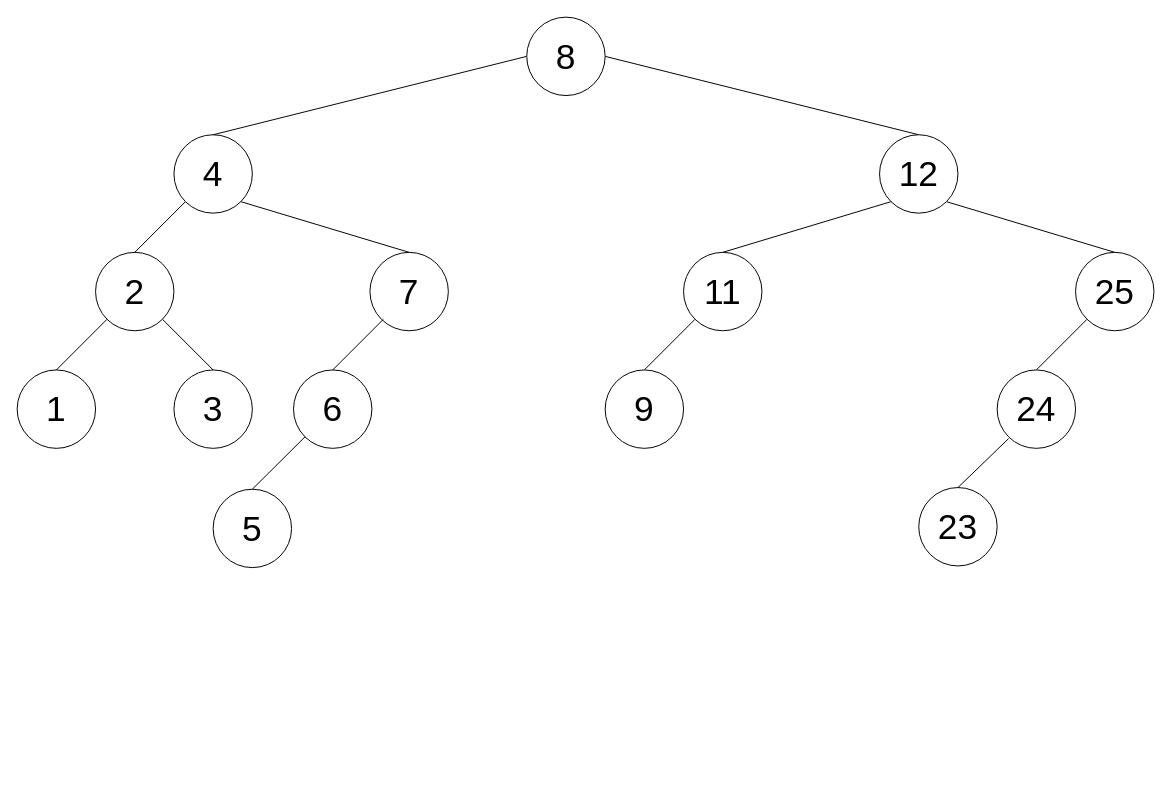
This is TP2/arbol.drawio from mihaelkyeah/TUDAI-Programacion3, a draw.io file, before an edit. Source tidied: cells renumbered, new cells numbered last; positions are measured from the earlier drawing's top-left corner, leaving out a move shared by most shapes. Both pictures are drawn from the tidied source at 98%, with x=0, y=0 at pixel (17, 17).
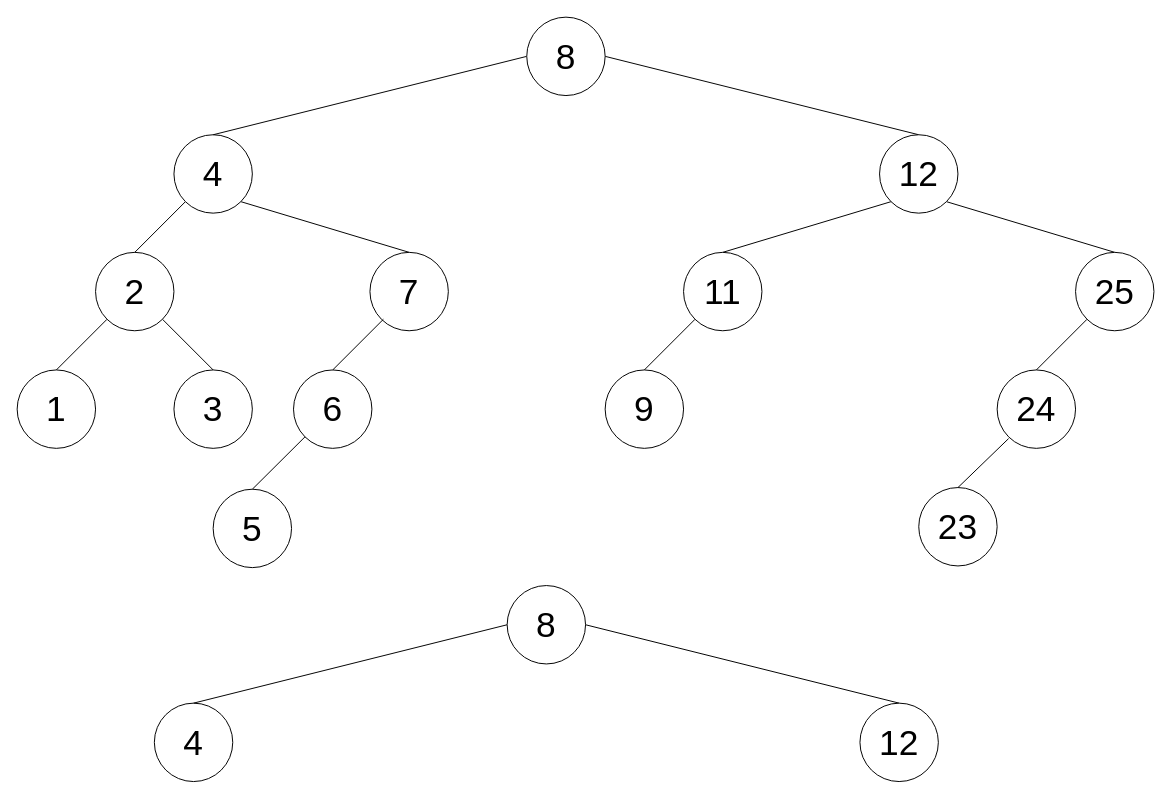
The same diagram, later.

Change to the diagram source:
```diff
@@
+    <mxCell id="29" value="4" style="ellipse;whiteSpace=wrap;html=1;fontSize=36;" parent="1" vertex="1">
+      <mxGeometry x="140" y="700" width="80" height="80" as="geometry" />
+    </mxCell>
+    <mxCell id="30" style="rounded=0;jettySize=auto;html=1;exitX=0;exitY=0.5;exitDx=0;exitDy=0;entryX=0.5;entryY=0;entryDx=0;entryDy=0;fontSize=36;endArrow=none;endFill=0;" parent="1" edge="1" source="32" target="29">
+      <mxGeometry relative="1" as="geometry" />
+    </mxCell>
+    <mxCell id="31" style="edgeStyle=none;rounded=0;jettySize=auto;html=1;exitX=1;exitY=0.5;exitDx=0;exitDy=0;entryX=0.5;entryY=0;entryDx=0;entryDy=0;endArrow=none;endFill=0;fontSize=36;" parent="1" edge="1" source="32" target="33">
+      <mxGeometry relative="1" as="geometry" />
+    </mxCell>
+    <mxCell id="32" value="8" style="ellipse;whiteSpace=wrap;html=1;fontSize=36;" parent="1" vertex="1">
+      <mxGeometry x="500" y="580" width="80" height="80" as="geometry" />
+    </mxCell>
+    <mxCell id="33" value="12" style="ellipse;whiteSpace=wrap;html=1;fontSize=36;" parent="1" vertex="1">
+      <mxGeometry x="860" y="700" width="80" height="80" as="geometry" />
+    </mxCell>
```
